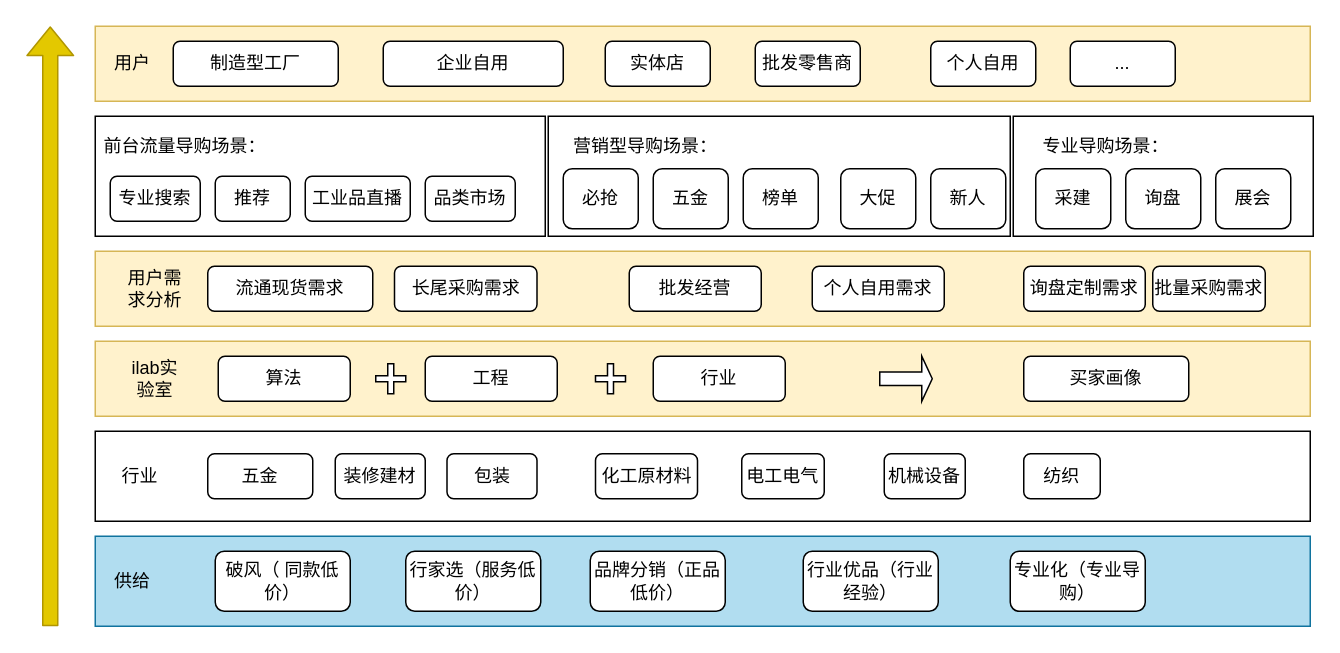
Above: Untitled Diagram.drawio in klevantrain/wxproject (draw.io), before the change. Source tidied: cells renumbered, new cells numbered last; positions are measured from the earlier drawing's top-left corner, leaving out a move shared by most shapes. Both pictures are drawn from the tidied source at 150%, with x=0, y=0 at pixel (50, 26).
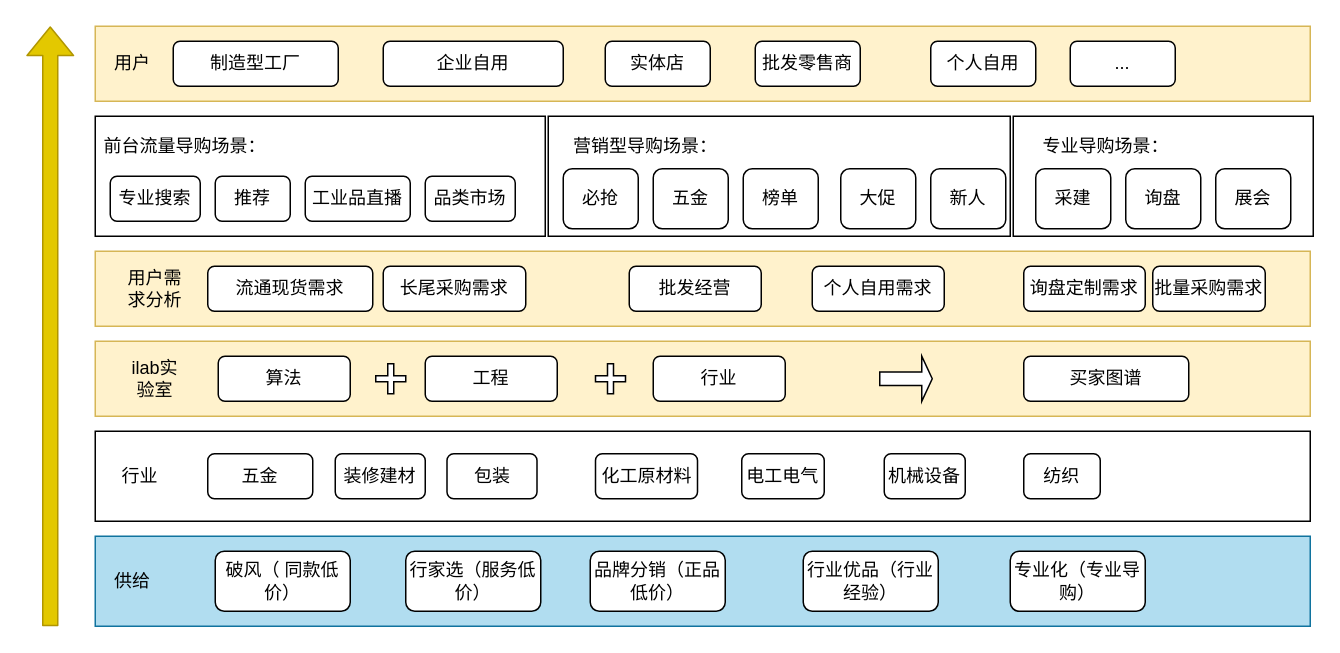
The same page after the edit.

The edit, as a diff of the source:
```diff
@@
     <mxCell id="48" value="长尾采购需求" style="rounded=1;whiteSpace=wrap;html=1;" parent="1" vertex="1">
-      <mxGeometry x="229.5" y="160" width="95" height="30" as="geometry" />
+      <mxGeometry x="222" y="160" width="95" height="30" as="geometry" />
     </mxCell>
@@
-    <mxCell id="53" value="买家画像" style="rounded=1;whiteSpace=wrap;html=1;" parent="1" vertex="1">
+    <mxCell id="53" value="买家图谱" style="rounded=1;whiteSpace=wrap;html=1;" parent="1" vertex="1">
       <mxGeometry x="649" y="220" width="110" height="30" as="geometry" />
     </mxCell>
```
